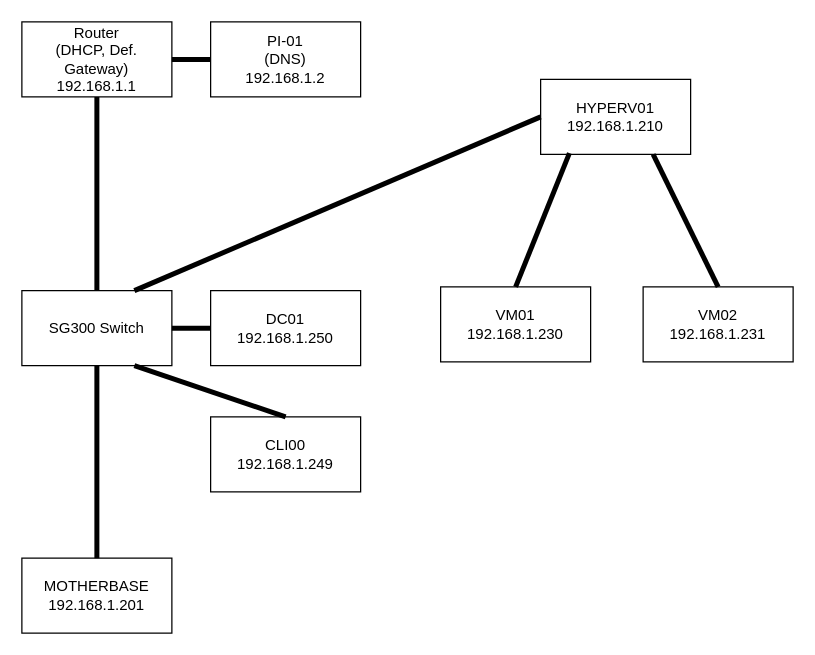
Before: Homelab.drawio in JadenMay/Homelab, a draw.io diagram. Source tidied: cells renumbered, new cells numbered last; positions are measured from the earlier drawing's top-left corner, leaving out a move shared by most shapes. Both pictures are drawn from the tidied source at 125%, with x=0, y=0 at pixel (21, 21).
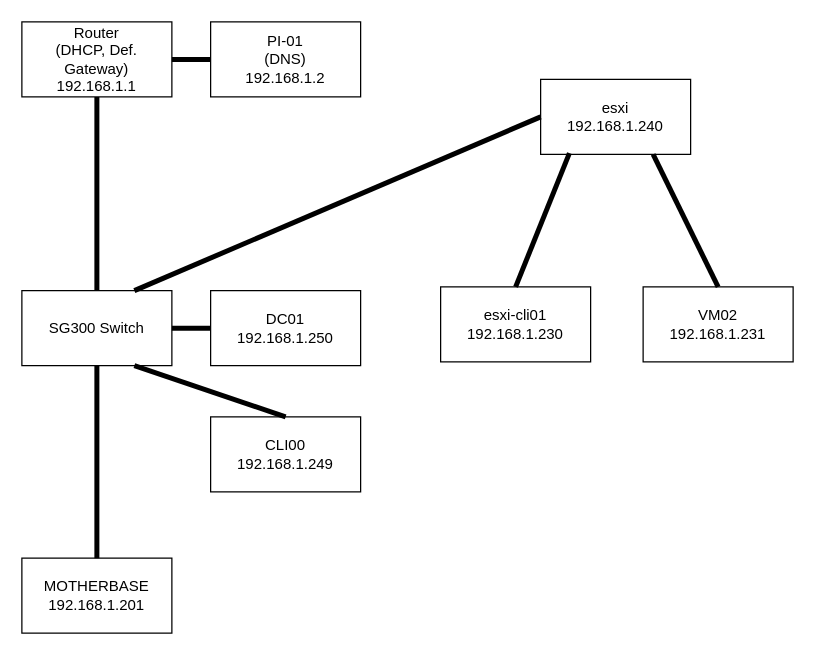
After the change.

Change to the diagram source:
```diff
@@
-    <mxCell id="16" value="VM01&lt;br&gt;192.168.1.230" style="rounded=0;whiteSpace=wrap;html=1;fontFamily=Helvetica;" parent="1" vertex="1">
+    <mxCell id="16" value="esxi-cli01&lt;br&gt;192.168.1.230" style="rounded=0;whiteSpace=wrap;html=1;fontFamily=Helvetica;" parent="1" vertex="1">
       <mxGeometry x="335" y="212" width="120" height="60" as="geometry" />
     </mxCell>
@@
-    <mxCell id="18" value="HYPERV01&lt;br&gt;192.168.1.210" style="rounded=0;whiteSpace=wrap;html=1;fontFamily=Helvetica;" parent="1" vertex="1">
+    <mxCell id="18" value="esxi&lt;br&gt;192.168.1.240" style="rounded=0;whiteSpace=wrap;html=1;fontFamily=Helvetica;" parent="1" vertex="1">
       <mxGeometry x="415" y="46" width="120" height="60" as="geometry" />
     </mxCell>
```
